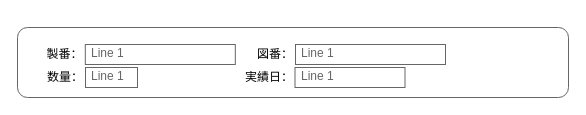
kikezawa/drowio keeps this draw.io diagram as page "機構品_入力項目のコピー" (4 of 6) of 別保管データ移行ツール.drawio. Above is the earlier version. Source tidied: cells renumbered, new cells numbered last; positions are measured from the earlier drawing's top-left corner, leaving out a move shared by most shapes. Both pictures are drawn from the tidied source at 100%, with x=0, y=0 at pixel (17, 17).
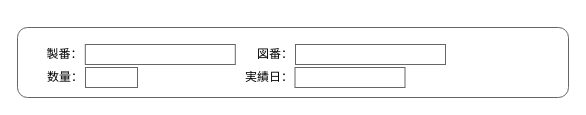
After the change.

Change to the diagram source:
```diff
@@
 <mxGraphModel>
   <root>
     <mxCell id="0" />
     <mxCell id="1" parent="0" />
     <mxCell id="2" style="shape=mxgraph.mockup.containers.marginRect;rectMarginTop=10;strokeColor=#666666;strokeWidth=1;dashed=0;rounded=1;arcSize=5;" parent="1" vertex="1">
       <mxGeometry width="551" height="80" as="geometry" />
     </mxCell>
     <mxCell id="3" value="図番：" style="text;html=1;strokeColor=none;fillColor=none;align=center;verticalAlign=middle;whiteSpace=wrap;rounded=0;fontSize=12;" parent="1" vertex="1">
       <mxGeometry x="233" y="25" width="50" height="24" as="geometry" />
     </mxCell>
     <mxCell id="4" value="数量：" style="text;html=1;strokeColor=none;fillColor=none;align=center;verticalAlign=middle;whiteSpace=wrap;rounded=0;fontSize=12;" parent="1" vertex="1">
       <mxGeometry x="22" y="50" width="51.5" height="20" as="geometry" />
     </mxCell>
-    <mxCell id="5" value="Line 1" style="strokeWidth=1;shadow=0;dashed=0;align=center;html=1;shape=mxgraph.mockup.text.textBox;fontColor=#666666;align=left;fontSize=12;spacingLeft=4;spacingTop=-3;strokeColor=#666666;mainText=;" parent="1" vertex="1">
+    <mxCell id="5" value="&amp;nbsp;" style="strokeWidth=1;shadow=0;dashed=0;align=center;html=1;shape=mxgraph.mockup.text.textBox;fontColor=#666666;align=left;fontSize=12;spacingLeft=4;spacingTop=-3;strokeColor=#666666;mainText=;" parent="1" vertex="1">
       <mxGeometry x="278" y="27" width="150" height="20" as="geometry" />
     </mxCell>
-    <mxCell id="6" value="Line 1" style="strokeWidth=1;shadow=0;dashed=0;align=center;html=1;shape=mxgraph.mockup.text.textBox;fontColor=#666666;align=left;fontSize=12;spacingLeft=4;spacingTop=-3;strokeColor=#666666;mainText=;" parent="1" vertex="1">
+    <mxCell id="6" value="&amp;nbsp;" style="strokeWidth=1;shadow=0;dashed=0;align=center;html=1;shape=mxgraph.mockup.text.textBox;fontColor=#666666;align=left;fontSize=12;spacingLeft=4;spacingTop=-3;strokeColor=#666666;mainText=;" parent="1" vertex="1">
       <mxGeometry x="68" y="50" width="52" height="20" as="geometry" />
     </mxCell>
     <mxCell id="7" value="製番：" style="text;html=1;strokeColor=none;fillColor=none;align=center;verticalAlign=middle;whiteSpace=wrap;rounded=0;fontSize=12;" parent="1" vertex="1">
       <mxGeometry x="12" y="25" width="71" height="24" as="geometry" />
     </mxCell>
-    <mxCell id="8" value="Line 1" style="strokeWidth=1;shadow=0;dashed=0;align=center;html=1;shape=mxgraph.mockup.text.textBox;fontColor=#666666;align=left;fontSize=12;spacingLeft=4;spacingTop=-3;strokeColor=#666666;mainText=;" parent="1" vertex="1">
+    <mxCell id="8" value="&amp;nbsp;" style="strokeWidth=1;shadow=0;dashed=0;align=center;html=1;shape=mxgraph.mockup.text.textBox;fontColor=#666666;align=left;fontSize=12;spacingLeft=4;spacingTop=-3;strokeColor=#666666;mainText=;" parent="1" vertex="1">
       <mxGeometry x="67.8" y="27" width="150" height="20" as="geometry" />
     </mxCell>
     <mxCell id="9" value="実績日：" style="text;html=1;strokeColor=none;fillColor=none;align=center;verticalAlign=middle;whiteSpace=wrap;rounded=0;fontSize=12;" parent="1" vertex="1">
       <mxGeometry x="226" y="50" width="51.5" height="20" as="geometry" />
     </mxCell>
-    <mxCell id="10" value="Line 1" style="strokeWidth=1;shadow=0;dashed=0;align=center;html=1;shape=mxgraph.mockup.text.textBox;fontColor=#666666;align=left;fontSize=12;spacingLeft=4;spacingTop=-3;strokeColor=#666666;mainText=;" parent="1" vertex="1">
+    <mxCell id="10" value="&amp;nbsp;" style="strokeWidth=1;shadow=0;dashed=0;align=center;html=1;shape=mxgraph.mockup.text.textBox;fontColor=#666666;align=left;fontSize=12;spacingLeft=4;spacingTop=-3;strokeColor=#666666;mainText=;" parent="1" vertex="1">
       <mxGeometry x="277.5" y="50" width="110" height="20" as="geometry" />
     </mxCell>
   </root>
 </mxGraphModel>
```
